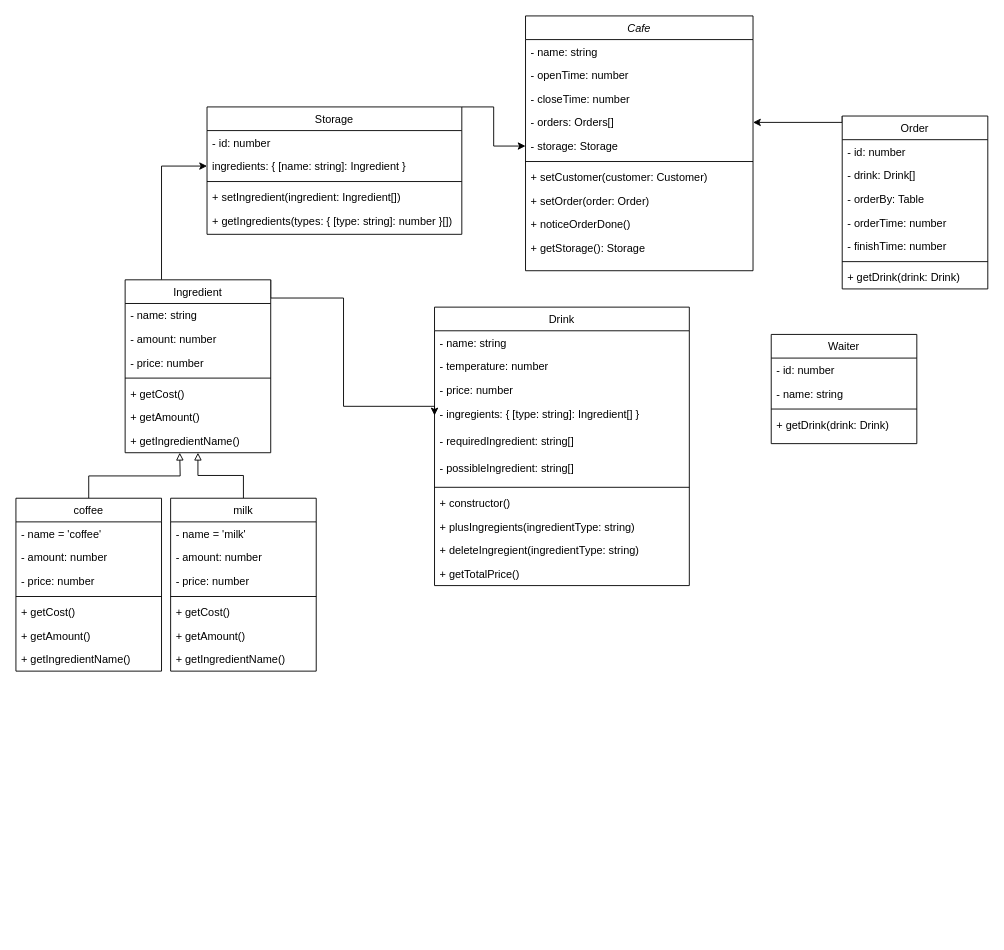
Before: Untitled Diagram.drawio in pagers-org/TypeScript-OOP, a draw.io diagram. Source tidied: cells renumbered, new cells numbered last; positions are measured from the earlier drawing's top-left corner, leaving out a move shared by most shapes. Both pictures are drawn from the tidied source at 91%, with x=0, y=0 at pixel (15, 15).
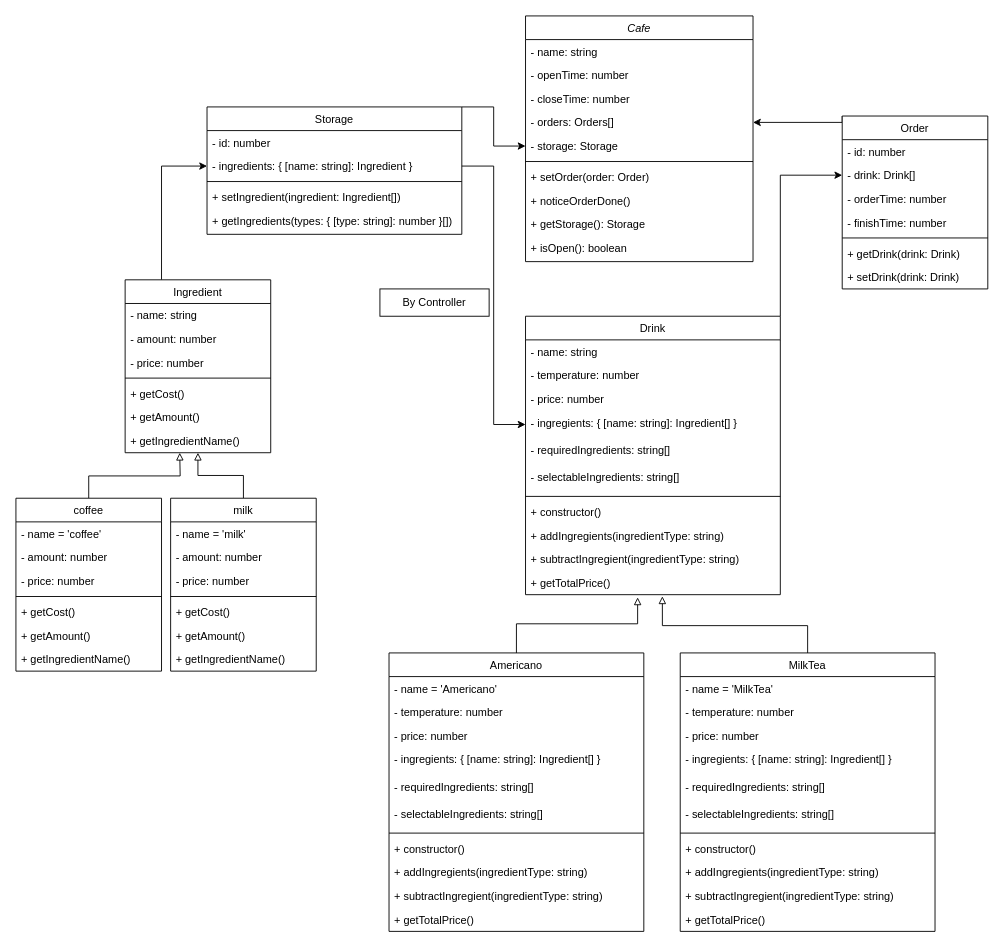
Above is the later version.

Commit message:
Chore : done Class Diagram

The change refers to these unchanged cells:
```xml
<mxCell id="14" value="Order" style="swimlane;fontStyle=0;align=center;verticalAlign=top;horizontal=1;startSize=26;rounded=0;shadow=0;strokeWidth=1;" parent="1" vertex="1">
  <mxGeometry x="908" y="110" width="160" height="190" as="geometry" />
</mxCell>
<mxCell id="16" value="- drink: Drink[]" style="text;align=left;verticalAlign=top;spacingLeft=4;spacingRight=4;overflow=hidden;points=[[0,0.5],[1,0.5]];portConstraint=eastwest;rounded=0;shadow=0;html=0;" parent="14" vertex="1">
  <mxGeometry y="52" width="160" height="26" as="geometry" />
</mxCell>
<mxCell id="24" value="Ingredient" style="swimlane;fontStyle=0;align=center;verticalAlign=top;horizontal=1;startSize=26;rounded=0;shadow=0;strokeWidth=1;" parent="1" vertex="1">
  <mxGeometry x="120" y="290" width="160" height="190" as="geometry" />
</mxCell>
<mxCell id="43" value="+ getTotalPrice()" style="text;align=left;verticalAlign=top;spacingLeft=4;spacingRight=4;overflow=hidden;points=[[0,0.5],[1,0.5]];portConstraint=eastwest;" parent="32" vertex="1">
  <mxGeometry y="280" width="280" height="26" as="geometry" />
</mxCell>
<mxCell id="45" value="Storage" style="swimlane;fontStyle=0;align=center;verticalAlign=top;horizontal=1;startSize=26;rounded=0;shadow=0;strokeWidth=1;" parent="1" vertex="1">
  <mxGeometry x="210" y="100" width="280" height="140" as="geometry" />
</mxCell>
```

Diff of the diagram source:
```diff
@@
     <mxCell id="2" value="Cafe" style="swimlane;fontStyle=2;align=center;verticalAlign=top;horizontal=1;startSize=26;rounded=0;shadow=0;strokeWidth=1;" parent="1" vertex="1">
-      <mxGeometry x="560" width="250" height="280" as="geometry" />
+      <mxGeometry x="560" width="250" height="270" as="geometry" />
     </mxCell>
@@
-    <mxCell id="9" value="+ setCustomer(customer: Customer)" style="text;align=left;verticalAlign=top;spacingLeft=4;spacingRight=4;overflow=hidden;rounded=0;shadow=0;html=0;" parent="2" vertex="1">
-      <mxGeometry y="164" width="250" height="26" as="geometry" />
-    </mxCell>
     <mxCell id="10" value="+ setOrder(order: Order)" style="text;align=left;verticalAlign=top;spacingLeft=4;spacingRight=4;overflow=hidden;rounded=0;shadow=0;html=0;" parent="2" vertex="1">
-      <mxGeometry y="190" width="250" height="26" as="geometry" />
+      <mxGeometry y="164" width="250" height="26" as="geometry" />
     </mxCell>
     <mxCell id="11" value="+ noticeOrderDone()" style="text;align=left;verticalAlign=top;spacingLeft=4;spacingRight=4;overflow=hidden;rounded=0;shadow=0;html=0;" parent="2" vertex="1">
-      <mxGeometry y="216" width="250" height="26" as="geometry" />
+      <mxGeometry y="190" width="250" height="26" as="geometry" />
     </mxCell>
     <mxCell id="12" value="+ getStorage(): Storage" style="text;align=left;verticalAlign=top;spacingLeft=4;spacingRight=4;overflow=hidden;rounded=0;shadow=0;html=0;" parent="2" vertex="1">
-      <mxGeometry y="242" width="250" height="26" as="geometry" />
+      <mxGeometry y="216" width="250" height="26" as="geometry" />
     </mxCell>
+    <mxCell id="74" value="+ isOpen(): boolean" style="text;align=left;verticalAlign=top;spacingLeft=4;spacingRight=4;overflow=hidden;rounded=0;shadow=0;html=0;" parent="2" vertex="1">
+      <mxGeometry y="242" width="250" height="26" as="geometry" />
+    </mxCell>
@@
-    <mxCell id="17" value="- orderBy: Table" style="text;align=left;verticalAlign=top;spacingLeft=4;spacingRight=4;overflow=hidden;rounded=0;shadow=0;html=0;" parent="14" vertex="1">
-      <mxGeometry y="78" width="160" height="26" as="geometry" />
-    </mxCell>
     <mxCell id="18" value="- orderTime: number" style="text;align=left;verticalAlign=top;spacingLeft=4;spacingRight=4;overflow=hidden;rounded=0;shadow=0;html=0;" parent="14" vertex="1">
-      <mxGeometry y="104" width="160" height="26" as="geometry" />
+      <mxGeometry y="78" width="160" height="26" as="geometry" />
     </mxCell>
     <mxCell id="19" value="- finishTime: number" style="text;align=left;verticalAlign=top;spacingLeft=4;spacingRight=4;overflow=hidden;rounded=0;shadow=0;html=0;" parent="14" vertex="1">
-      <mxGeometry y="130" width="160" height="26" as="geometry" />
+      <mxGeometry y="104" width="160" height="26" as="geometry" />
     </mxCell>
     <mxCell id="20" style="line;html=1;strokeWidth=1;align=left;verticalAlign=middle;spacingTop=-1;spacingLeft=3;spacingRight=3;labelPosition=right;" parent="14" vertex="1">
-      <mxGeometry y="156" width="160" height="8" as="geometry" />
+      <mxGeometry y="130" width="160" height="8" as="geometry" />
     </mxCell>
     <mxCell id="21" value="+ getDrink(drink: Drink)" style="text;align=left;verticalAlign=top;spacingLeft=4;spacingRight=4;overflow=hidden;" parent="14" vertex="1">
-      <mxGeometry y="164" width="160" height="26" as="geometry" />
+      <mxGeometry y="138" width="160" height="26" as="geometry" />
     </mxCell>
+    <mxCell id="75" value="+ setDrink(drink: Drink)" style="text;align=left;verticalAlign=top;spacingLeft=4;spacingRight=4;overflow=hidden;" parent="14" vertex="1">
+      <mxGeometry y="164" width="160" height="26" as="geometry" />
+    </mxCell>
@@
-    <mxCell id="23" style="edgeStyle=orthogonalEdgeStyle;rounded=0;jettySize=auto;html=1;exitX=1;exitY=0;exitDx=0;exitDy=0;entryX=0;entryY=0.5;entryDx=0;entryDy=0;endArrow=classic;endFill=1;" parent="1" edge="1" source="24" target="36">
-      <mxGeometry relative="1" as="geometry">
-        <Array as="points">
-          <mxPoint x="280" y="310" />
-          <mxPoint x="360" y="310" />
-          <mxPoint x="360" y="429" />
-        </Array>
-      </mxGeometry>
-    </mxCell>
@@
+    <mxCell id="76" style="edgeStyle=orthogonalEdgeStyle;rounded=0;jettySize=auto;html=1;exitX=1;exitY=0;exitDx=0;exitDy=0;entryX=0;entryY=0.5;entryDx=0;entryDy=0;" parent="1" edge="1" source="32" target="16">
+      <mxGeometry relative="1" as="geometry" />
+    </mxCell>
     <mxCell id="32" value="Drink" style="swimlane;fontStyle=0;align=center;verticalAlign=top;horizontal=1;startSize=26;rounded=0;shadow=0;strokeWidth=1;" parent="1" vertex="1">
-      <mxGeometry x="460" y="320" width="280" height="306" as="geometry" />
+      <mxGeometry x="560" y="330" width="280" height="306" as="geometry" />
     </mxCell>
@@
-    <mxCell id="36" value="- ingregients: { [type: string]: Ingredient[] }" style="text;align=left;verticalAlign=top;spacingLeft=4;spacingRight=4;overflow=hidden;points=[[0,0.5],[1,0.5]];portConstraint=eastwest;rounded=0;shadow=0;html=0;" parent="32" vertex="1">
+    <mxCell id="36" value="- ingregients: { [name: string]: Ingredient[] }" style="text;align=left;verticalAlign=top;spacingLeft=4;spacingRight=4;overflow=hidden;points=[[0,0.5],[1,0.5]];portConstraint=eastwest;rounded=0;shadow=0;html=0;" parent="32" vertex="1">
       <mxGeometry y="104" width="280" height="30" as="geometry" />
     </mxCell>
-    <mxCell id="37" value="- requiredIngredient: string[]" style="text;align=left;verticalAlign=top;spacingLeft=4;spacingRight=4;overflow=hidden;rounded=0;shadow=0;html=0;" parent="32" vertex="1">
+    <mxCell id="37" value="- requiredIngredients: string[]" style="text;align=left;verticalAlign=top;spacingLeft=4;spacingRight=4;overflow=hidden;rounded=0;shadow=0;html=0;" parent="32" vertex="1">
       <mxGeometry y="134" width="280" height="30" as="geometry" />
     </mxCell>
-    <mxCell id="38" value="- possibleIngredient: string[]" style="text;align=left;verticalAlign=top;spacingLeft=4;spacingRight=4;overflow=hidden;rounded=0;shadow=0;html=0;" parent="32" vertex="1">
+    <mxCell id="38" value="- selectableIngredients: string[]" style="text;align=left;verticalAlign=top;spacingLeft=4;spacingRight=4;overflow=hidden;rounded=0;shadow=0;html=0;" parent="32" vertex="1">
       <mxGeometry y="164" width="280" height="30" as="geometry" />
     </mxCell>
@@
-    <mxCell id="41" value="+ plusIngregients(ingredientType: string)" style="text;align=left;verticalAlign=top;spacingLeft=4;spacingRight=4;overflow=hidden;" parent="32" vertex="1">
+    <mxCell id="41" value="+ addIngregients(ingredientType: string)" style="text;align=left;verticalAlign=top;spacingLeft=4;spacingRight=4;overflow=hidden;" parent="32" vertex="1">
       <mxGeometry y="228" width="280" height="26" as="geometry" />
     </mxCell>
-    <mxCell id="42" value="+ deleteIngregient(ingredientType: string)" style="text;align=left;verticalAlign=top;spacingLeft=4;spacingRight=4;overflow=hidden;" parent="32" vertex="1">
+    <mxCell id="42" value="+ subtractIngregient(ingredientType: string)" style="text;align=left;verticalAlign=top;spacingLeft=4;spacingRight=4;overflow=hidden;" parent="32" vertex="1">
       <mxGeometry y="254" width="280" height="26" as="geometry" />
     </mxCell>
@@
-    <mxCell id="47" value="ingredients: { [name: string]: Ingredient }" style="text;align=left;verticalAlign=top;spacingLeft=4;spacingRight=4;overflow=hidden;points=[[0,0.5],[1,0.5]];portConstraint=eastwest;rounded=0;shadow=0;html=0;" parent="45" vertex="1">
+    <mxCell id="47" value="- ingredients: { [name: string]: Ingredient }" style="text;align=left;verticalAlign=top;spacingLeft=4;spacingRight=4;overflow=hidden;points=[[0,0.5],[1,0.5]];portConstraint=eastwest;rounded=0;shadow=0;html=0;" parent="45" vertex="1">
       <mxGeometry y="52" width="280" height="26" as="geometry" />
     </mxCell>
@@
-    <mxCell id="69" value="Waiter" style="swimlane;fontStyle=0;align=center;verticalAlign=top;horizontal=1;startSize=26;rounded=0;shadow=0;strokeWidth=1;" parent="1" vertex="1">
-      <mxGeometry x="830" y="350" width="160" height="120" as="geometry" />
-    </mxCell>
-    <mxCell id="70" value="- id: number" style="text;align=left;verticalAlign=top;spacingLeft=4;spacingRight=4;overflow=hidden;" parent="69" vertex="1">
-      <mxGeometry y="26" width="160" height="26" as="geometry" />
-    </mxCell>
-    <mxCell id="71" value="- name: string" style="text;align=left;verticalAlign=top;spacingLeft=4;spacingRight=4;overflow=hidden;rounded=0;shadow=0;html=0;" parent="69" vertex="1">
-      <mxGeometry y="52" width="160" height="26" as="geometry" />
-    </mxCell>
-    <mxCell id="72" style="line;html=1;strokeWidth=1;align=left;verticalAlign=middle;spacingTop=-1;spacingLeft=3;spacingRight=3;labelPosition=right;" parent="69" vertex="1">
-      <mxGeometry y="78" width="160" height="8" as="geometry" />
-    </mxCell>
-    <mxCell id="73" value="+ getDrink(drink: Drink)" style="text;align=left;verticalAlign=top;spacingLeft=4;spacingRight=4;overflow=hidden;" parent="69" vertex="1">
-      <mxGeometry y="86" width="160" height="26" as="geometry" />
-    </mxCell>
+    <mxCell id="77" style="edgeStyle=orthogonalEdgeStyle;rounded=0;jettySize=auto;html=1;exitX=1;exitY=0.5;exitDx=0;exitDy=0;" parent="1" edge="1" source="47" target="36">
+      <mxGeometry relative="1" as="geometry" />
+    </mxCell>
+    <mxCell id="78" style="edgeStyle=orthogonalEdgeStyle;rounded=0;jettySize=auto;html=1;exitX=0.5;exitY=0;exitDx=0;exitDy=0;entryX=0.44;entryY=1.113;entryDx=0;entryDy=0;entryPerimeter=0;endArrow=block;endFill=0;" parent="1" edge="1" source="79" target="43">
+      <mxGeometry relative="1" as="geometry">
+        <Array as="points">
+          <mxPoint x="550" y="668" />
+          <mxPoint x="683" y="668" />
+        </Array>
+      </mxGeometry>
+    </mxCell>
+    <mxCell id="79" value="Americano" style="swimlane;fontStyle=0;align=center;verticalAlign=top;horizontal=1;startSize=26;rounded=0;shadow=0;strokeWidth=1;" parent="1" vertex="1">
+      <mxGeometry x="410" y="700" width="280" height="306" as="geometry" />
+    </mxCell>
+    <mxCell id="80" value="- name = 'Americano'" style="text;align=left;verticalAlign=top;spacingLeft=4;spacingRight=4;overflow=hidden;" parent="79" vertex="1">
+      <mxGeometry y="26" width="280" height="26" as="geometry" />
+    </mxCell>
+    <mxCell id="81" value="- temperature: number" style="text;align=left;verticalAlign=top;spacingLeft=4;spacingRight=4;overflow=hidden;rounded=0;shadow=0;html=0;" parent="79" vertex="1">
+      <mxGeometry y="52" width="280" height="26" as="geometry" />
+    </mxCell>
+    <mxCell id="82" value="- price: number" style="text;align=left;verticalAlign=top;spacingLeft=4;spacingRight=4;overflow=hidden;rounded=0;shadow=0;html=0;" parent="79" vertex="1">
+      <mxGeometry y="78" width="280" height="26" as="geometry" />
+    </mxCell>
+    <mxCell id="83" value="- ingregients: { [name: string]: Ingredient[] }" style="text;align=left;verticalAlign=top;spacingLeft=4;spacingRight=4;overflow=hidden;rounded=0;shadow=0;html=0;" parent="79" vertex="1">
+      <mxGeometry y="104" width="280" height="30" as="geometry" />
+    </mxCell>
+    <mxCell id="84" value="- requiredIngredients: string[]" style="text;align=left;verticalAlign=top;spacingLeft=4;spacingRight=4;overflow=hidden;rounded=0;shadow=0;html=0;" parent="79" vertex="1">
+      <mxGeometry y="134" width="280" height="30" as="geometry" />
+    </mxCell>
+    <mxCell id="85" value="- selectableIngredients: string[]" style="text;align=left;verticalAlign=top;spacingLeft=4;spacingRight=4;overflow=hidden;rounded=0;shadow=0;html=0;" parent="79" vertex="1">
+      <mxGeometry y="164" width="280" height="30" as="geometry" />
+    </mxCell>
+    <mxCell id="86" style="line;html=1;strokeWidth=1;align=left;verticalAlign=middle;spacingTop=-1;spacingLeft=3;spacingRight=3;labelPosition=right;" parent="79" vertex="1">
+      <mxGeometry y="194" width="280" height="8" as="geometry" />
+    </mxCell>
+    <mxCell id="87" value="+ constructor()" style="text;align=left;verticalAlign=top;spacingLeft=4;spacingRight=4;overflow=hidden;" parent="79" vertex="1">
+      <mxGeometry y="202" width="280" height="26" as="geometry" />
+    </mxCell>
+    <mxCell id="88" value="+ addIngregients(ingredientType: string)" style="text;align=left;verticalAlign=top;spacingLeft=4;spacingRight=4;overflow=hidden;" parent="79" vertex="1">
+      <mxGeometry y="228" width="280" height="26" as="geometry" />
+    </mxCell>
+    <mxCell id="89" value="+ subtractIngregient(ingredientType: string)" style="text;align=left;verticalAlign=top;spacingLeft=4;spacingRight=4;overflow=hidden;" parent="79" vertex="1">
+      <mxGeometry y="254" width="280" height="26" as="geometry" />
+    </mxCell>
+    <mxCell id="90" value="+ getTotalPrice()" style="text;align=left;verticalAlign=top;spacingLeft=4;spacingRight=4;overflow=hidden;" parent="79" vertex="1">
+      <mxGeometry y="280" width="280" height="26" as="geometry" />
+    </mxCell>
+    <mxCell id="91" style="edgeStyle=orthogonalEdgeStyle;rounded=0;jettySize=auto;html=1;exitX=0.5;exitY=0;exitDx=0;exitDy=0;entryX=0.537;entryY=1.068;entryDx=0;entryDy=0;entryPerimeter=0;endArrow=block;endFill=0;" parent="1" edge="1" source="92" target="43">
+      <mxGeometry relative="1" as="geometry">
+        <Array as="points">
+          <mxPoint x="870" y="670" />
+          <mxPoint x="710" y="670" />
+        </Array>
+      </mxGeometry>
+    </mxCell>
+    <mxCell id="92" value="MilkTea" style="swimlane;fontStyle=0;align=center;verticalAlign=top;horizontal=1;startSize=26;rounded=0;shadow=0;strokeWidth=1;" parent="1" vertex="1">
+      <mxGeometry x="730" y="700" width="280" height="306" as="geometry" />
+    </mxCell>
+    <mxCell id="93" value="- name = 'MilkTea'" style="text;align=left;verticalAlign=top;spacingLeft=4;spacingRight=4;overflow=hidden;" parent="92" vertex="1">
+      <mxGeometry y="26" width="280" height="26" as="geometry" />
+    </mxCell>
+    <mxCell id="94" value="- temperature: number" style="text;align=left;verticalAlign=top;spacingLeft=4;spacingRight=4;overflow=hidden;rounded=0;shadow=0;html=0;" parent="92" vertex="1">
+      <mxGeometry y="52" width="280" height="26" as="geometry" />
+    </mxCell>
+    <mxCell id="95" value="- price: number" style="text;align=left;verticalAlign=top;spacingLeft=4;spacingRight=4;overflow=hidden;rounded=0;shadow=0;html=0;" parent="92" vertex="1">
+      <mxGeometry y="78" width="280" height="26" as="geometry" />
+    </mxCell>
+    <mxCell id="96" value="- ingregients: { [name: string]: Ingredient[] }" style="text;align=left;verticalAlign=top;spacingLeft=4;spacingRight=4;overflow=hidden;rounded=0;shadow=0;html=0;" parent="92" vertex="1">
+      <mxGeometry y="104" width="280" height="30" as="geometry" />
+    </mxCell>
+    <mxCell id="97" value="- requiredIngredients: string[]" style="text;align=left;verticalAlign=top;spacingLeft=4;spacingRight=4;overflow=hidden;rounded=0;shadow=0;html=0;" parent="92" vertex="1">
+      <mxGeometry y="134" width="280" height="30" as="geometry" />
+    </mxCell>
+    <mxCell id="98" value="- selectableIngredients: string[]" style="text;align=left;verticalAlign=top;spacingLeft=4;spacingRight=4;overflow=hidden;rounded=0;shadow=0;html=0;" parent="92" vertex="1">
+      <mxGeometry y="164" width="280" height="30" as="geometry" />
+    </mxCell>
+    <mxCell id="99" style="line;html=1;strokeWidth=1;align=left;verticalAlign=middle;spacingTop=-1;spacingLeft=3;spacingRight=3;labelPosition=right;" parent="92" vertex="1">
+      <mxGeometry y="194" width="280" height="8" as="geometry" />
+    </mxCell>
+    <mxCell id="100" value="+ constructor()" style="text;align=left;verticalAlign=top;spacingLeft=4;spacingRight=4;overflow=hidden;" parent="92" vertex="1">
+      <mxGeometry y="202" width="280" height="26" as="geometry" />
+    </mxCell>
+    <mxCell id="101" value="+ addIngregients(ingredientType: string)" style="text;align=left;verticalAlign=top;spacingLeft=4;spacingRight=4;overflow=hidden;" parent="92" vertex="1">
+      <mxGeometry y="228" width="280" height="26" as="geometry" />
+    </mxCell>
+    <mxCell id="102" value="+ subtractIngregient(ingredientType: string)" style="text;align=left;verticalAlign=top;spacingLeft=4;spacingRight=4;overflow=hidden;" parent="92" vertex="1">
+      <mxGeometry y="254" width="280" height="26" as="geometry" />
+    </mxCell>
+    <mxCell id="103" value="+ getTotalPrice()" style="text;align=left;verticalAlign=top;spacingLeft=4;spacingRight=4;overflow=hidden;" parent="92" vertex="1">
+      <mxGeometry y="280" width="280" height="26" as="geometry" />
+    </mxCell>
+    <mxCell id="104" value="By Controller" style="rounded=0;whiteSpace=wrap;html=1;" parent="1" vertex="1">
+      <mxGeometry x="400" y="300" width="120" height="30" as="geometry" />
+    </mxCell>
```
